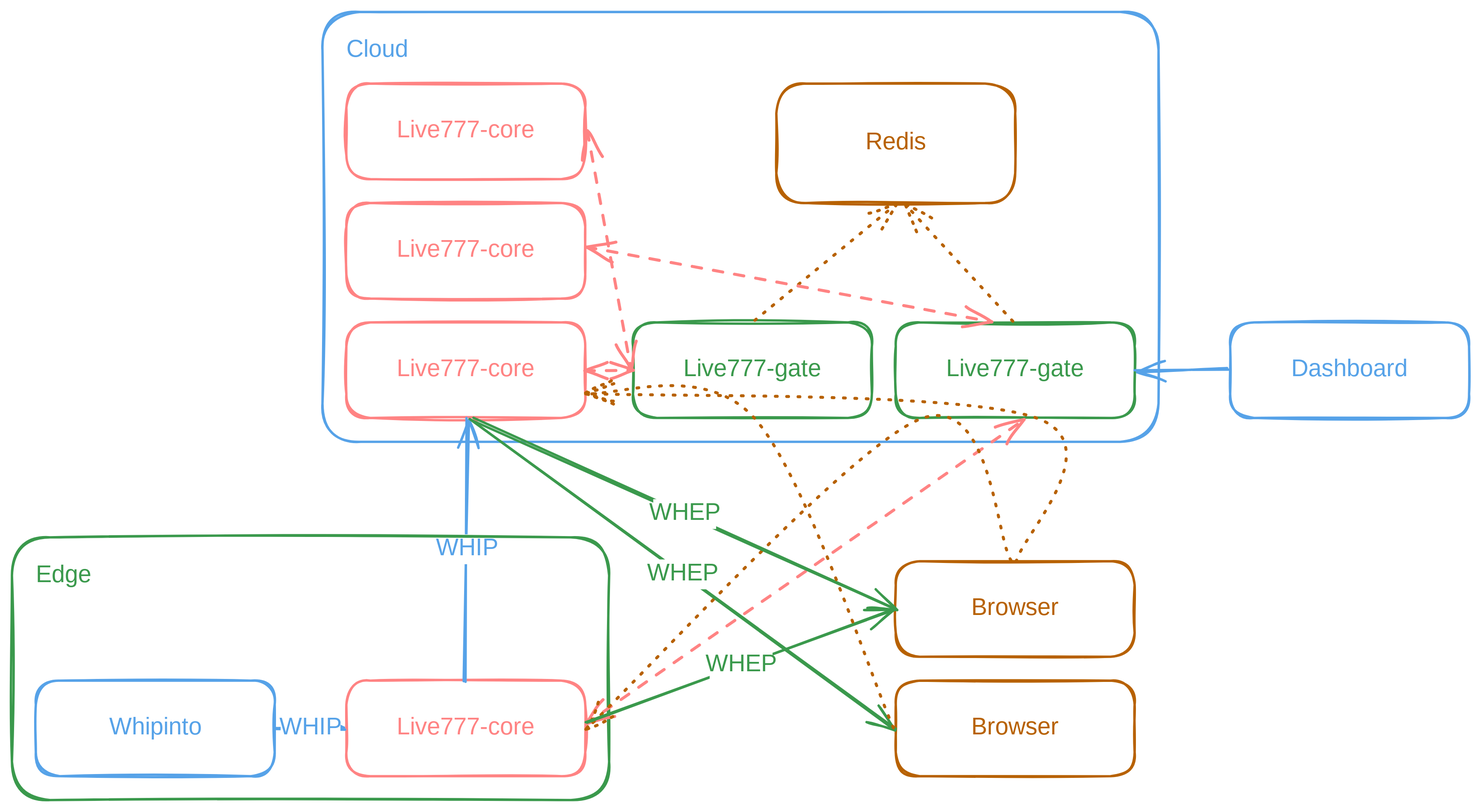
binbat/live777 keeps this Excalidraw diagram as docs/live777-cluster.excalidraw.svg. Above is the earlier version. Source tidied: one line per element, renumbered; positions are measured from the earlier drawing's top-left corner, leaving out a move shared by most shapes.
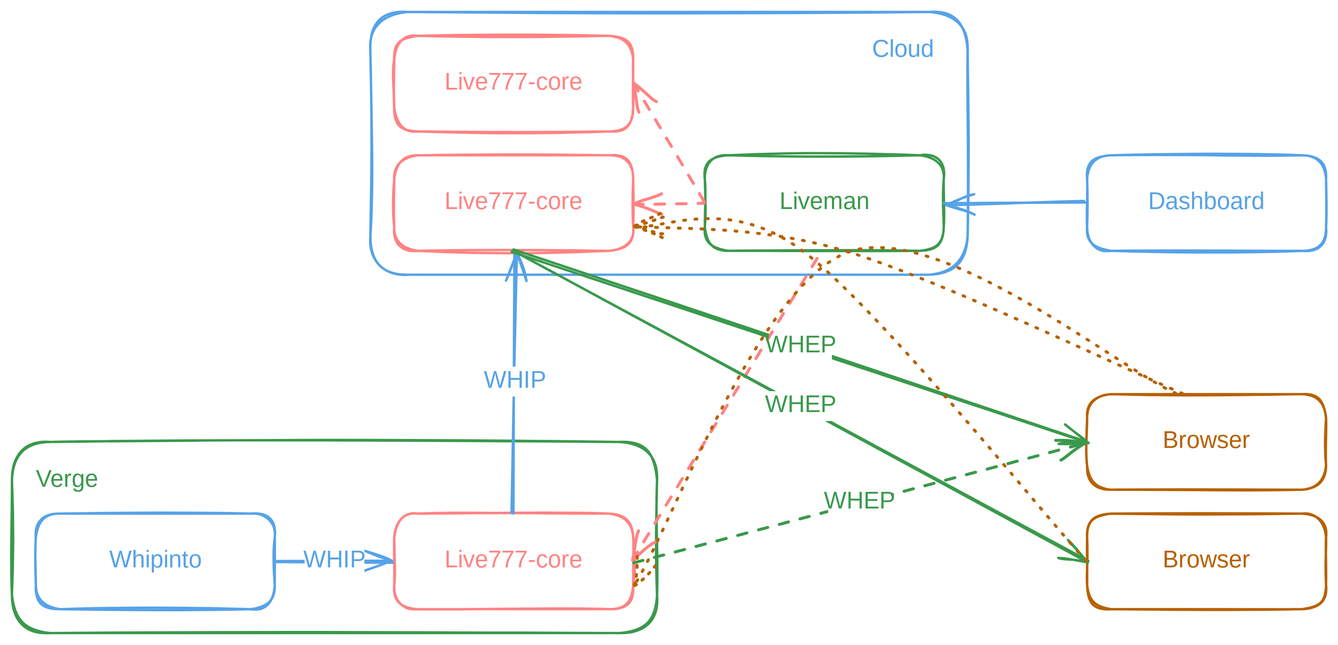
Above is the later version.

Diff of the diagram source:
```diff
@@ -1,46 +1,37 @@
-{"id": 0, "type": "rectangle", "strokeColor": "#1971c2", "strokeWidth": 2, "roughness": 1, "round": true, "x": 260, "y": 0, "width": 700, "height": 360}
+{"id": 0, "type": "rectangle", "strokeColor": "#1971c2", "strokeWidth": 2, "roughness": 1, "round": true, "x": 260, "y": 140, "width": 500, "height": 220}
 {"id": 1, "type": "rectangle", "strokeColor": "#e03131", "strokeWidth": 2, "roughness": 1, "round": true, "x": 280, "y": 560, "width": 200, "height": 80}
 {"id": 2, "type": "text", "text": "Live777-core", "strokeColor": "#e03131", "strokeWidth": 2, "roughness": 1, "fontSize": 20, "fontFamily": 1, "textAlign": "center", "verticalAlign": "middle", "inside": 1, "x": 321, "y": 588, "width": 119, "height": 25}
-{"id": 3, "type": "rectangle", "strokeColor": "#2f9e44", "strokeWidth": 2, "roughness": 1, "round": true, "x": 520, "y": 260, "width": 200, "height": 80}
+{"id": 3, "type": "rectangle", "strokeColor": "#2f9e44", "strokeWidth": 2, "roughness": 1, "round": true, "x": 540, "y": 260, "width": 200, "height": 80}
-{"id": 4, "type": "text", "text": "Live777-gate", "strokeColor": "#2f9e44", "strokeWidth": 2, "roughness": 1, "fontSize": 20, "fontFamily": 1, "textAlign": "center", "verticalAlign": "middle", "inside": 3, "x": 558, "y": 288, "width": 124, "height": 25}
+{"id": 4, "type": "text", "text": "Liveman", "strokeColor": "#2f9e44", "strokeWidth": 2, "roughness": 1, "fontSize": 20, "fontFamily": 1, "textAlign": "center", "verticalAlign": "middle", "inside": 3, "x": 603, "y": 288, "width": 73, "height": 25}
-{"id": 5, "type": "rectangle", "strokeColor": "#f08c00", "strokeWidth": 2, "roughness": 1, "round": true, "x": 740, "y": 460, "width": 200, "height": 80}
+{"id": 5, "type": "rectangle", "strokeColor": "#f08c00", "strokeWidth": 2, "roughness": 1, "round": true, "x": 860, "y": 460, "width": 200, "height": 80}
-{"id": 6, "type": "text", "text": "Browser", "strokeColor": "#f08c00", "strokeWidth": 2, "roughness": 1, "fontSize": 20, "fontFamily": 1, "textAlign": "center", "verticalAlign": "middle", "inside": 5, "x": 802, "y": 488, "width": 77, "height": 25}
+{"id": 6, "type": "text", "text": "Browser", "strokeColor": "#f08c00", "strokeWidth": 2, "roughness": 1, "fontSize": 20, "fontFamily": 1, "textAlign": "center", "verticalAlign": "middle", "inside": 5, "x": 922, "y": 488, "width": 77, "height": 25}
-{"id": 7, "type": "rectangle", "strokeColor": "#2f9e44", "strokeWidth": 2, "roughness": 1, "round": true, "x": 0, "y": 440, "width": 500, "height": 220}
+{"id": 7, "type": "rectangle", "strokeColor": "#2f9e44", "strokeWidth": 2, "roughness": 1, "round": true, "x": -40, "y": 500, "width": 540, "height": 160}
-{"id": 8, "type": "text", "text": "Edge", "strokeColor": "#2f9e44", "strokeWidth": 2, "roughness": 1, "fontSize": 20, "fontFamily": 1, "x": 20, "y": 460, "width": 46, "height": 25}
+{"id": 8, "type": "text", "text": "Verge", "strokeColor": "#2f9e44", "strokeWidth": 2, "roughness": 1, "fontSize": 20, "fontFamily": 1, "x": -20, "y": 520, "width": 51, "height": 25}
-{"id": 9, "type": "text", "text": "Cloud", "strokeColor": "#1971c2", "strokeWidth": 2, "roughness": 1, "fontSize": 20, "fontFamily": 1, "x": 280, "y": 20, "width": 52, "height": 25}
+{"id": 9, "type": "text", "text": "Cloud", "strokeColor": "#1971c2", "strokeWidth": 2, "roughness": 1, "fontSize": 20, "fontFamily": 1, "x": 680, "y": 160, "width": 52, "height": 25}
 {"id": 10, "type": "rectangle", "strokeColor": "#e03131", "strokeWidth": 2, "roughness": 1, "round": true, "x": 280, "y": 260, "width": 200, "height": 80}
 {"id": 11, "type": "text", "text": "Live777-core", "strokeColor": "#e03131", "strokeWidth": 2, "roughness": 1, "fontSize": 20, "fontFamily": 1, "textAlign": "center", "verticalAlign": "middle", "inside": 10, "x": 321, "y": 288, "width": 119, "height": 25}
 {"id": 12, "type": "rectangle", "strokeColor": "#e03131", "strokeWidth": 2, "roughness": 1, "round": true, "x": 280, "y": 160, "width": 200, "height": 80}
 {"id": 13, "type": "text", "text": "Live777-core", "strokeColor": "#e03131", "strokeWidth": 2, "roughness": 1, "fontSize": 20, "fontFamily": 1, "textAlign": "center", "verticalAlign": "middle", "inside": 12, "x": 321, "y": 188, "width": 119, "height": 25}
-{"id": 14, "type": "rectangle", "strokeColor": "#f08c00", "strokeWidth": 2, "roughness": 1, "round": true, "x": 640, "y": 60, "width": 200, "height": 100}
-{"id": 15, "type": "text", "text": "Redis", "strokeColor": "#f08c00", "strokeWidth": 2, "roughness": 1, "fontSize": 20, "fontFamily": 1, "textAlign": "center", "verticalAlign": "middle", "inside": 14, "x": 714, "y": 98, "width": 51, "height": 25}
-{"id": 16, "type": "rectangle", "strokeColor": "#1971c2", "strokeWidth": 2, "roughness": 1, "round": true, "x": 20, "y": 560, "width": 200, "height": 80}
+{"id": 16, "type": "rectangle", "strokeColor": "#1971c2", "strokeWidth": 2, "roughness": 1, "round": true, "x": -20, "y": 560, "width": 200, "height": 80}
-{"id": 17, "type": "text", "text": "Whipinto", "strokeColor": "#1971c2", "strokeWidth": 2, "roughness": 1, "fontSize": 20, "fontFamily": 1, "textAlign": "center", "verticalAlign": "middle", "inside": 16, "x": 82, "y": 588, "width": 75, "height": 25}
+{"id": 17, "type": "text", "text": "Whipinto", "strokeColor": "#1971c2", "strokeWidth": 2, "roughness": 1, "fontSize": 20, "fontFamily": 1, "textAlign": "center", "verticalAlign": "middle", "inside": 16, "x": 42, "y": 588, "width": 75, "height": 25}
-{"id": 18, "type": "rectangle", "strokeColor": "#f08c00", "strokeWidth": 2, "roughness": 1, "round": true, "x": 740, "y": 560, "width": 200, "height": 80}
+{"id": 18, "type": "rectangle", "strokeColor": "#f08c00", "strokeWidth": 2, "roughness": 1, "round": true, "x": 860, "y": 560, "width": 200, "height": 80}
-{"id": 19, "type": "text", "text": "Browser", "strokeColor": "#f08c00", "strokeWidth": 2, "roughness": 1, "fontSize": 20, "fontFamily": 1, "textAlign": "center", "verticalAlign": "middle", "inside": 18, "x": 802, "y": 588, "width": 77, "height": 25}
+{"id": 19, "type": "text", "text": "Browser", "strokeColor": "#f08c00", "strokeWidth": 2, "roughness": 1, "fontSize": 20, "fontFamily": 1, "textAlign": "center", "verticalAlign": "middle", "inside": 18, "x": 922, "y": 588, "width": 77, "height": 25}
-{"id": 20, "type": "rectangle", "strokeColor": "#e03131", "strokeWidth": 2, "roughness": 1, "round": true, "x": 280, "y": 60, "width": 200, "height": 80}
-{"id": 21, "type": "text", "text": "Live777-core", "strokeColor": "#e03131", "strokeWidth": 2, "roughness": 1, "fontSize": 20, "fontFamily": 1, "textAlign": "center", "verticalAlign": "middle", "inside": 20, "x": 321, "y": 88, "width": 119, "height": 25}
-{"id": 22, "type": "rectangle", "strokeColor": "#2f9e44", "strokeWidth": 2, "roughness": 1, "round": true, "x": 740, "y": 260, "width": 200, "height": 80}
-{"id": 23, "type": "text", "text": "Live777-gate", "strokeColor": "#2f9e44", "strokeWidth": 2, "roughness": 1, "fontSize": 20, "fontFamily": 1, "textAlign": "center", "verticalAlign": "middle", "inside": 22, "x": 778, "y": 288, "width": 124, "height": 25}
-{"id": 24, "type": "arrow", "strokeColor": "#f08c00", "backgroundColor": "#a5d8ff", "fillStyle": "solid", "strokeWidth": 2, "strokeStyle": "dotted", "roughness": 1, "endArrowhead": "arrow", "round": true, "from": 3, "to": 14, "x": 622, "y": 259, "width": 118, "height": 99, "points": [[0, 0], [118, -99]]}
-{"id": 25, "type": "arrow", "strokeColor": "#f08c00", "backgroundColor": "#a5d8ff", "fillStyle": "solid", "strokeWidth": 2, "strokeStyle": "dotted", "roughness": 1, "endArrowhead": "arrow", "round": true, "from": 22, "to": 14, "x": 838, "y": 259, "width": 90, "height": 98, "points": [[0, 0], [-90, -98]]}
-{"id": 26, "type": "arrow", "strokeColor": "#e03131", "backgroundColor": "#a5d8ff", "fillStyle": "solid", "strokeWidth": 2, "strokeStyle": "dashed", "roughness": 1, "startArrowhead": "arrow", "endArrowhead": "arrow", "round": true, "from": 1, "to": 22, "x": 481, "y": 597, "width": 367, "height": 256, "points": [[0, 0], [367, -256]]}
+{"id": 26, "type": "arrow", "strokeColor": "#e03131", "backgroundColor": "#a5d8ff", "fillStyle": "solid", "strokeWidth": 2, "strokeStyle": "dashed", "roughness": 1, "startArrowhead": "arrow", "round": true, "from": 7, "to": 3, "x": 480, "y": 600, "width": 157, "height": 259, "points": [[0, 0], [157, -259]]}
-{"id": 27, "type": "arrow", "strokeColor": "#e03131", "backgroundColor": "#a5d8ff", "fillStyle": "solid", "strokeWidth": 2, "strokeStyle": "dashed", "roughness": 1, "startArrowhead": "arrow", "endArrowhead": "arrow", "round": true, "from": 10, "to": 3, "x": 480, "y": 300, "width": 40, "height": 0, "points": [[0, 0], [40, 0]]}
+{"id": 27, "type": "arrow", "strokeColor": "#e03131", "backgroundColor": "#a5d8ff", "fillStyle": "solid", "strokeWidth": 2, "strokeStyle": "dashed", "roughness": 1, "startArrowhead": "arrow", "round": true, "from": 10, "to": 3, "x": 481, "y": 300, "width": 58, "height": 0, "points": [[0, 0], [58, 0]]}
-{"id": 28, "type": "arrow", "strokeColor": "#e03131", "backgroundColor": "#a5d8ff", "fillStyle": "solid", "strokeWidth": 2, "strokeStyle": "dashed", "roughness": 1, "startArrowhead": "arrow", "endArrowhead": "arrow", "round": true, "from": 12, "to": 22, "x": 481, "y": 198, "width": 339, "height": 61, "points": [[0, 0], [339, 61]]}
+{"id": 28, "type": "arrow", "strokeColor": "#e03131", "backgroundColor": "#a5d8ff", "fillStyle": "solid", "strokeWidth": 2, "strokeStyle": "dashed", "roughness": 1, "startArrowhead": "arrow", "round": true, "from": 12, "to": 3, "x": 480, "y": 200, "width": 60, "height": 100, "points": [[0, 0], [60, 100]]}
-{"id": 29, "type": "arrow", "strokeColor": "#e03131", "backgroundColor": "#a5d8ff", "fillStyle": "solid", "strokeWidth": 2, "strokeStyle": "dashed", "roughness": 1, "startArrowhead": "arrow", "endArrowhead": "arrow", "round": true, "from": 20, "to": 3, "x": 481, "y": 100, "width": 38, "height": 199, "points": [[0, 0], [38, 199]]}
-{"id": 30, "type": "arrow", "strokeColor": "#1971c2", "backgroundColor": "#a5d8ff", "fillStyle": "solid", "strokeWidth": 2, "roughness": 1, "endArrowhead": "arrow", "round": true, "from": 16, "to": 1, "x": 221, "y": 600, "width": 58, "height": 0, "points": [[0, 0], [58, 0]]}
+{"id": 30, "type": "arrow", "strokeColor": "#1971c2", "backgroundColor": "#a5d8ff", "fillStyle": "solid", "strokeWidth": 2, "roughness": 1, "endArrowhead": "arrow", "round": true, "from": 16, "to": 1, "x": 181, "y": 600, "width": 98, "height": 0, "points": [[0, 0], [98, 0]]}
 {"id": 31, "type": "text", "text": "WHIP", "strokeColor": "#1971c2", "backgroundColor": "#a5d8ff", "fillStyle": "solid", "strokeWidth": 2, "strokeStyle": "dotted", "roughness": 1, "fontSize": 20, "fontFamily": 1, "textAlign": "center", "verticalAlign": "middle", "inside": 30, "x": 85, "y": 608, "width": 50, "height": 25}
-{"id": 32, "type": "arrow", "strokeColor": "#f08c00", "backgroundColor": "#a5d8ff", "fillStyle": "solid", "strokeWidth": 2, "strokeStyle": "dotted", "roughness": 1, "endArrowhead": "arrow", "round": true, "from": 5, "to": 1, "x": 836, "y": 458, "width": 356, "height": 260, "points": [[0, 0], [-76, -118], [-356, 142]]}
+{"id": 32, "type": "arrow", "strokeColor": "#f08c00", "backgroundColor": "#a5d8ff", "fillStyle": "solid", "strokeWidth": 2, "strokeStyle": "dotted", "roughness": 1, "endArrowhead": "arrow", "round": true, "from": 5, "to": 7, "x": 934, "y": 458, "width": 454, "height": 280, "points": [[0, 0], [-274, -118], [-454, 162]]}
-{"id": 33, "type": "arrow", "strokeColor": "#2f9e44", "backgroundColor": "#a5d8ff", "fillStyle": "solid", "strokeWidth": 2, "roughness": 1, "endArrowhead": "arrow", "round": true, "from": 1, "to": 5, "x": 481, "y": 594, "width": 259, "height": 94, "points": [[0, 0], [259, -94]]}
+{"id": 33, "type": "arrow", "strokeColor": "#2f9e44", "backgroundColor": "#a5d8ff", "fillStyle": "solid", "strokeWidth": 2, "strokeStyle": "dashed", "roughness": 1, "endArrowhead": "arrow", "round": true, "from": 7, "to": 5, "x": 480, "y": 600, "width": 379, "height": 99, "points": [[0, 0], [379, -99]]}
-{"id": 34, "type": "text", "text": "WHEP", "strokeColor": "#2f9e44", "backgroundColor": "#a5d8ff", "fillStyle": "solid", "strokeWidth": 2, "strokeStyle": "dotted", "roughness": 1, "fontSize": 20, "fontFamily": 1, "textAlign": "center", "verticalAlign": "middle", "inside": 33, "x": 514, "y": 558, "width": 53, "height": 25}
+{"id": 34, "type": "text", "text": "WHEP", "strokeColor": "#2f9e44", "backgroundColor": "#a5d8ff", "fillStyle": "solid", "strokeWidth": 2, "strokeStyle": "dotted", "roughness": 1, "fontSize": 20, "fontFamily": 1, "textAlign": "center", "verticalAlign": "middle", "inside": 33, "x": 584, "y": 535, "width": 53, "height": 25}
-{"id": 35, "type": "arrow", "strokeColor": "#1971c2", "backgroundColor": "#a5d8ff", "fillStyle": "solid", "strokeWidth": 2, "roughness": 1, "endArrowhead": "arrow", "round": true, "from": 1, "x": 380, "y": 560, "width": 2, "height": 220, "points": [[0, 0], [2, -220]]}
+{"id": 35, "type": "arrow", "strokeColor": "#1971c2", "backgroundColor": "#a5d8ff", "fillStyle": "solid", "strokeWidth": 2, "roughness": 1, "endArrowhead": "arrow", "round": true, "from": 1, "x": 380, "y": 559, "width": 2, "height": 219, "points": [[0, 0], [2, -219]]}
 {"id": 36, "type": "text", "text": "WHIP", "strokeColor": "#1971c2", "backgroundColor": "#a5d8ff", "fillStyle": "solid", "strokeWidth": 2, "strokeStyle": "dotted", "roughness": 1, "fontSize": 20, "fontFamily": 1, "textAlign": "center", "verticalAlign": "middle", "inside": 35, "x": 336, "y": 467, "width": 50, "height": 25}
-{"id": 37, "type": "arrow", "strokeColor": "#2f9e44", "backgroundColor": "#a5d8ff", "fillStyle": "solid", "strokeWidth": 2, "roughness": 1, "endArrowhead": "arrow", "round": true, "from": 10, "to": 5, "x": 387, "y": 341, "width": 353, "height": 159, "points": [[0, 0], [353, 159]]}
+{"id": 37, "type": "arrow", "strokeColor": "#2f9e44", "backgroundColor": "#a5d8ff", "fillStyle": "solid", "strokeWidth": 2, "roughness": 1, "endArrowhead": "arrow", "round": true, "from": 10, "to": 5, "x": 380, "y": 340, "width": 480, "height": 160, "points": [[0, 0], [480, 160]]}
-{"id": 38, "type": "text", "text": "WHEP", "strokeColor": "#2f9e44", "backgroundColor": "#a5d8ff", "fillStyle": "solid", "strokeWidth": 2, "strokeStyle": "dotted", "roughness": 1, "fontSize": 20, "fontFamily": 1, "textAlign": "center", "verticalAlign": "middle", "inside": 37, "x": 534, "y": 418, "width": 53, "height": 25}
+{"id": 38, "type": "text", "text": "WHEP", "strokeColor": "#2f9e44", "backgroundColor": "#a5d8ff", "fillStyle": "solid", "strokeWidth": 2, "strokeStyle": "dotted", "roughness": 1, "fontSize": 20, "fontFamily": 1, "textAlign": "center", "verticalAlign": "middle", "inside": 37, "x": 537, "y": 408, "width": 53, "height": 25}
-{"id": 39, "type": "arrow", "strokeColor": "#2f9e44", "backgroundColor": "#a5d8ff", "fillStyle": "solid", "strokeWidth": 2, "roughness": 1, "endArrowhead": "arrow", "round": true, "from": 10, "to": 18, "x": 384, "y": 341, "width": 355, "height": 260, "points": [[0, 0], [355, 260]]}
+{"id": 39, "type": "arrow", "strokeColor": "#2f9e44", "backgroundColor": "#a5d8ff", "fillStyle": "solid", "strokeWidth": 2, "roughness": 1, "endArrowhead": "arrow", "round": true, "from": 10, "to": 18, "x": 380, "y": 340, "width": 480, "height": 260, "points": [[0, 0], [480, 260]]}
 {"id": 40, "type": "text", "text": "WHEP", "strokeColor": "#2f9e44", "backgroundColor": "#a5d8ff", "fillStyle": "solid", "strokeWidth": 2, "strokeStyle": "dotted", "roughness": 1, "fontSize": 20, "fontFamily": 1, "textAlign": "center", "verticalAlign": "middle", "inside": 39, "x": 535, "y": 468, "width": 53, "height": 25}
-{"id": 41, "type": "arrow", "strokeColor": "#f08c00", "backgroundColor": "#a5d8ff", "fillStyle": "solid", "strokeWidth": 2, "strokeStyle": "dotted", "roughness": 1, "endArrowhead": "arrow", "round": true, "from": 18, "to": 10, "x": 739, "y": 600, "width": 259, "height": 280, "points": [[0, 0], [-119, -260], [-259, -280]]}
+{"id": 41, "type": "arrow", "strokeColor": "#f08c00", "backgroundColor": "#a5d8ff", "fillStyle": "solid", "strokeWidth": 2, "strokeStyle": "dotted", "roughness": 1, "endArrowhead": "arrow", "round": true, "from": 18, "to": 10, "x": 860, "y": 600, "width": 379, "height": 280, "points": [[0, 0], [-240, -260], [-379, -280]]}
-{"id": 42, "type": "arrow", "strokeColor": "#f08c00", "backgroundColor": "#a5d8ff", "fillStyle": "solid", "strokeWidth": 2, "strokeStyle": "dotted", "roughness": 1, "endArrowhead": "arrow", "round": true, "from": 5, "to": 10, "x": 840, "y": 460, "width": 380, "height": 140, "points": [[0, 0], [20, -120], [-360, -140]]}
+{"id": 42, "type": "arrow", "strokeColor": "#f08c00", "backgroundColor": "#a5d8ff", "fillStyle": "solid", "strokeWidth": 2, "strokeStyle": "dotted", "roughness": 1, "endArrowhead": "arrow", "round": true, "from": 5, "to": 10, "x": 939, "y": 459, "width": 458, "height": 139, "points": [[0, 0], [-279, -119], [-458, -139]]}
-{"id": 43, "type": "rectangle", "strokeColor": "#1971c2", "strokeWidth": 2, "roughness": 1, "round": true, "x": 1020, "y": 260, "width": 200, "height": 80}
+{"id": 43, "type": "rectangle", "strokeColor": "#1971c2", "strokeWidth": 2, "roughness": 1, "round": true, "x": 860, "y": 260, "width": 200, "height": 80}
-{"id": 44, "type": "text", "text": "Dashboard", "strokeColor": "#1971c2", "strokeWidth": 2, "roughness": 1, "fontSize": 20, "fontFamily": 1, "textAlign": "center", "verticalAlign": "middle", "inside": 43, "x": 1068, "y": 288, "width": 104, "height": 25}
+{"id": 44, "type": "text", "text": "Dashboard", "strokeColor": "#1971c2", "strokeWidth": 2, "roughness": 1, "fontSize": 20, "fontFamily": 1, "textAlign": "center", "verticalAlign": "middle", "inside": 43, "x": 908, "y": 288, "width": 104, "height": 25}
-{"id": 45, "type": "arrow", "strokeColor": "#1971c2", "backgroundColor": "#a5d8ff", "fillStyle": "solid", "strokeWidth": 2, "roughness": 1, "endArrowhead": "arrow", "round": true, "from": 43, "to": 22, "x": 1019, "y": 300, "width": 78, "height": 0, "points": [[0, 0], [-78, 0]]}
+{"id": 45, "type": "arrow", "strokeColor": "#1971c2", "backgroundColor": "#a5d8ff", "fillStyle": "solid", "strokeWidth": 2, "roughness": 1, "endArrowhead": "arrow", "round": true, "from": 43, "to": 3, "x": 859, "y": 300, "width": 118, "height": 0, "points": [[0, 0], [-118, 0]]}
```
